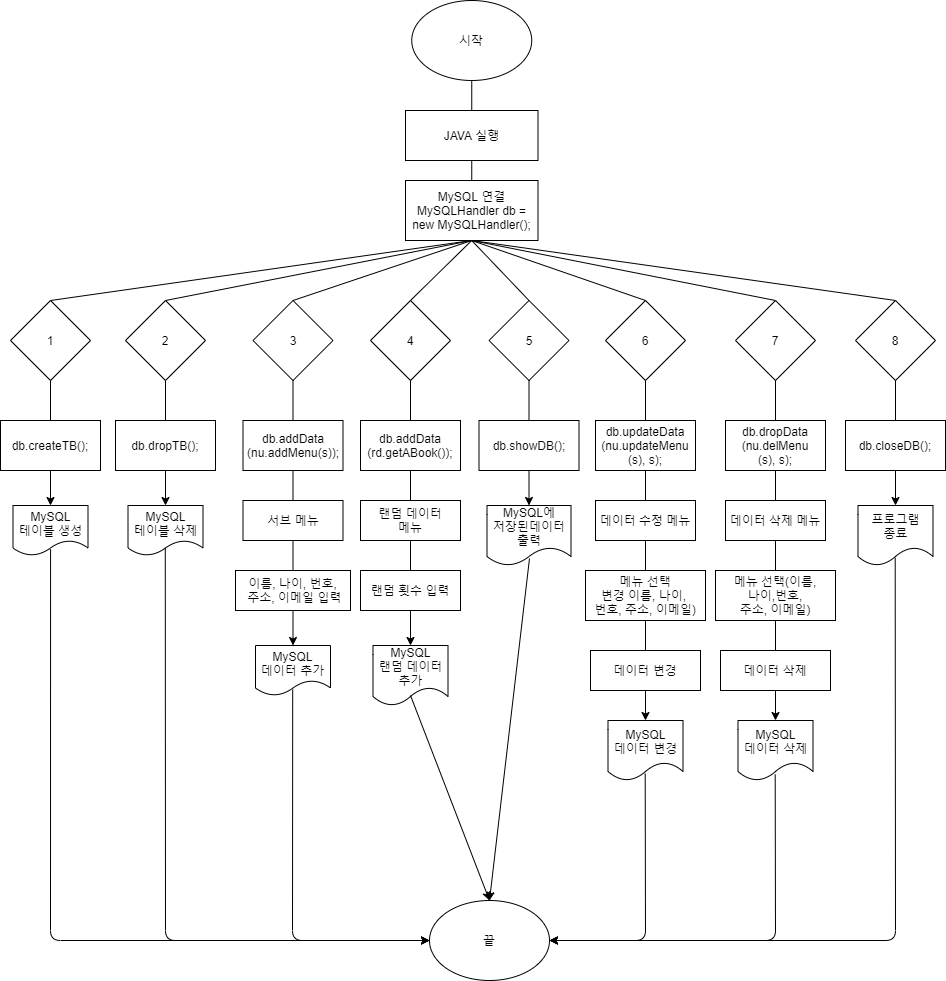
Before: 포트폴리오/Java/데이터베이스 관리 프로그램/알고리즘/Untitled Diagram_java_mysql.png, a diagram exported from draw.io (galaxy-light/201126-210604). Source tidied: cells renumbered, new cells last; positions are measured from the earlier drawing's top-left corner, leaving out a move shared by most shapes.
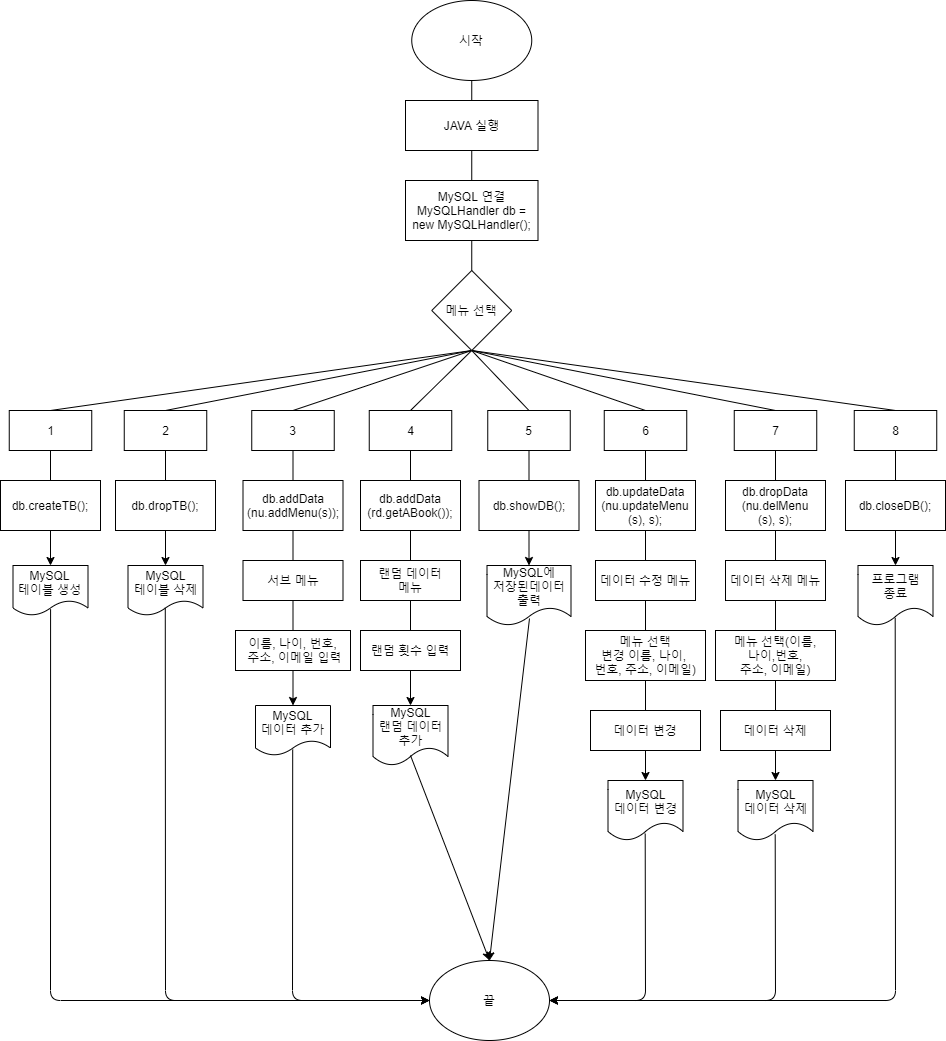
After the change.

The edit, as a diff of the source:
```diff
@@ -3,26 +3,14 @@
     <mxCell id="0" />
     <mxCell id="1" parent="0" />
     <mxCell id="2" value="시작" style="ellipse;whiteSpace=wrap;html=1;" parent="1" vertex="1">
-      <mxGeometry x="411.2" width="120" height="80" as="geometry" />
+      <mxGeometry x="411.2" y="-60" width="120" height="80" as="geometry" />
     </mxCell>
     <mxCell id="3" value="끝" style="ellipse;whiteSpace=wrap;html=1;" parent="1" vertex="1">
       <mxGeometry x="429" y="900" width="120" height="80" as="geometry" />
     </mxCell>
-    <mxCell id="4" value="1" style="rhombus;whiteSpace=wrap;html=1;" parent="1" vertex="1">
-      <mxGeometry x="10" y="300" width="80" height="80" as="geometry" />
-    </mxCell>
     <mxCell id="5" value="MySQL 연결&lt;br&gt;MySQLHandler db = new MySQLHandler();" style="rounded=0;whiteSpace=wrap;html=1;" parent="1" vertex="1">
-      <mxGeometry x="405" y="180" width="132.5" height="60" as="geometry" />
+      <mxGeometry x="405" y="120" width="132.5" height="60" as="geometry" />
     </mxCell>
-    <mxCell id="6" value="2" style="rhombus;whiteSpace=wrap;html=1;" parent="1" vertex="1">
-      <mxGeometry x="125" y="300" width="80" height="80" as="geometry" />
-    </mxCell>
-    <mxCell id="7" value="3" style="rhombus;whiteSpace=wrap;html=1;" parent="1" vertex="1">
-      <mxGeometry x="252.5" y="300" width="80" height="80" as="geometry" />
-    </mxCell>
-    <mxCell id="8" value="4" style="rhombus;whiteSpace=wrap;html=1;" parent="1" vertex="1">
-      <mxGeometry x="370" y="300" width="80" height="80" as="geometry" />
-    </mxCell>
     <mxCell id="9" value="MySQL&lt;br&gt;테이블 생성" style="shape=document;whiteSpace=wrap;html=1;boundedLbl=1;" parent="1" vertex="1">
       <mxGeometry x="12.5" y="505" width="75" height="50" as="geometry" />
     </mxCell>
@@ -32,16 +20,16 @@
     <mxCell id="11" style="endArrow=none;html=1;exitX=0.5;exitY=0;exitDx=0;exitDy=0;entryX=0.5;entryY=1;entryDx=0;entryDy=0;" parent="1" edge="1" source="5" target="24">
       <mxGeometry relative="1" as="geometry" />
     </mxCell>
-    <mxCell id="12" style="endArrow=none;html=1;exitX=0.5;exitY=1;exitDx=0;exitDy=0;entryX=0.5;entryY=0;entryDx=0;entryDy=0;" parent="1" edge="1" source="5" target="4">
+    <mxCell id="12" style="endArrow=none;html=1;entryX=0.5;entryY=0;entryDx=0;entryDy=0;exitX=0.5;exitY=1;exitDx=0;exitDy=0;" parent="1" edge="1" source="84" target="4">
       <mxGeometry relative="1" as="geometry" />
     </mxCell>
-    <mxCell id="13" style="endArrow=none;html=1;entryX=0.5;entryY=0;entryDx=0;entryDy=0;exitX=0.5;exitY=1;exitDx=0;exitDy=0;" parent="1" edge="1" source="5" target="6">
+    <mxCell id="13" style="endArrow=none;html=1;entryX=0.5;entryY=0;entryDx=0;entryDy=0;exitX=0.5;exitY=1;exitDx=0;exitDy=0;" parent="1" edge="1" source="84" target="6">
       <mxGeometry relative="1" as="geometry" />
     </mxCell>
-    <mxCell id="14" style="endArrow=none;html=1;entryX=0.5;entryY=0;entryDx=0;entryDy=0;exitX=0.5;exitY=1;exitDx=0;exitDy=0;" parent="1" edge="1" source="5" target="32">
+    <mxCell id="14" style="endArrow=none;html=1;entryX=0.5;entryY=0;entryDx=0;entryDy=0;exitX=0.5;exitY=1;exitDx=0;exitDy=0;" parent="1" edge="1" source="84" target="32">
       <mxGeometry relative="1" as="geometry" />
     </mxCell>
-    <mxCell id="15" style="endArrow=none;html=1;entryX=0.5;entryY=0;entryDx=0;entryDy=0;exitX=0.5;exitY=1;exitDx=0;exitDy=0;" parent="1" edge="1" source="5" target="33">
+    <mxCell id="15" style="endArrow=none;html=1;entryX=0.5;entryY=0;entryDx=0;entryDy=0;exitX=0.5;exitY=1;exitDx=0;exitDy=0;" parent="1" edge="1" source="84" target="33">
       <mxGeometry relative="1" as="geometry" />
     </mxCell>
     <mxCell id="16" style="endArrow=classic;html=1;entryX=0.5;entryY=0;entryDx=0;entryDy=0;exitX=0.5;exitY=1;exitDx=0;exitDy=0;" parent="1" edge="1" source="23" target="9">
@@ -77,7 +65,7 @@
       <mxGeometry y="420" width="100" height="50" as="geometry" />
     </mxCell>
     <mxCell id="24" value="JAVA 실행&lt;span style=&quot;color: rgba(0 , 0 , 0 , 0) ; font-family: monospace ; font-size: 0px&quot;&gt;%3CmxGraphModel%3E%3Croot%3E%3CmxCell%20id%3D%220%22%2F%3E%3CmxCell%20id%3D%221%22%20parent%3D%220%22%2F%3E%3CmxCell%20id%3D%222%22%20value%3D%22JAVA%20%EC%BD%94%EB%93%9C%20%EA%B5%AC%ED%98%84%22%20style%3D%22rounded%3D0%3BwhiteSpace%3Dwrap%3Bhtml%3D1%3B%22%20vertex%3D%221%22%20parent%3D%221%22%3E%3CmxGeometry%20x%3D%2267.5%22%20y%3D%22420%22%20width%3D%22175%22%20height%3D%2250%22%20as%3D%22geometry%22%2F%3E%3C%2FmxCell%3E%3C%2Froot%3E%3C%2FmxGraphModel%3E&amp;nbsp;&lt;/span&gt;" style="rounded=0;whiteSpace=wrap;html=1;" parent="1" vertex="1">
-      <mxGeometry x="405" y="110" width="132.5" height="50" as="geometry" />
+      <mxGeometry x="405" y="40" width="132.5" height="50" as="geometry" />
     </mxCell>
     <mxCell id="25" style="endArrow=none;html=1;exitX=0.5;exitY=0;exitDx=0;exitDy=0;entryX=0.5;entryY=1;entryDx=0;entryDy=0;" parent="1" edge="1" source="24" target="2">
       <mxGeometry relative="1" as="geometry" />
@@ -94,18 +82,6 @@
     <mxCell id="29" style="endArrow=none;html=1;entryX=0.5;entryY=1;entryDx=0;entryDy=0;" parent="1" edge="1" source="20" target="8">
       <mxGeometry relative="1" as="geometry" />
     </mxCell>
-    <mxCell id="30" value="5" style="rhombus;whiteSpace=wrap;html=1;" parent="1" vertex="1">
-      <mxGeometry x="488.5" y="300" width="80" height="80" as="geometry" />
-    </mxCell>
-    <mxCell id="31" value="6" style="rhombus;whiteSpace=wrap;html=1;" parent="1" vertex="1">
-      <mxGeometry x="605" y="300" width="80" height="80" as="geometry" />
-    </mxCell>
-    <mxCell id="32" value="7" style="rhombus;whiteSpace=wrap;html=1;" parent="1" vertex="1">
-      <mxGeometry x="735" y="300" width="80" height="80" as="geometry" />
-    </mxCell>
-    <mxCell id="33" value="8" style="rhombus;whiteSpace=wrap;html=1;" parent="1" vertex="1">
-      <mxGeometry x="855" y="300" width="80" height="80" as="geometry" />
-    </mxCell>
     <mxCell id="34" value="db.showDB();" style="rounded=0;whiteSpace=wrap;html=1;" parent="1" vertex="1">
       <mxGeometry x="478.5" y="420" width="100" height="50" as="geometry" />
     </mxCell>
@@ -166,19 +142,19 @@
     <mxCell id="53" value="프로그램&lt;br&gt;종료" style="shape=document;whiteSpace=wrap;html=1;boundedLbl=1;" parent="1" vertex="1">
       <mxGeometry x="857.5" y="505" width="75" height="60" as="geometry" />
     </mxCell>
-    <mxCell id="54" style="endArrow=none;html=1;entryX=0.5;entryY=0;entryDx=0;entryDy=0;exitX=0.5;exitY=1;exitDx=0;exitDy=0;" parent="1" edge="1" source="5" target="7">
+    <mxCell id="54" style="endArrow=none;html=1;entryX=0.5;entryY=0;entryDx=0;entryDy=0;exitX=0.5;exitY=1;exitDx=0;exitDy=0;" parent="1" edge="1" source="84" target="7">
       <mxGeometry relative="1" as="geometry" />
     </mxCell>
-    <mxCell id="55" style="endArrow=none;html=1;entryX=0.5;entryY=0;entryDx=0;entryDy=0;exitX=0.5;exitY=1;exitDx=0;exitDy=0;" parent="1" edge="1" source="5" target="8">
+    <mxCell id="55" style="endArrow=none;html=1;entryX=0.5;entryY=0;entryDx=0;entryDy=0;exitX=0.5;exitY=1;exitDx=0;exitDy=0;" parent="1" edge="1" source="84" target="8">
       <mxGeometry relative="1" as="geometry" />
     </mxCell>
-    <mxCell id="56" style="endArrow=none;html=1;entryX=0.5;entryY=0;entryDx=0;entryDy=0;exitX=0.5;exitY=1;exitDx=0;exitDy=0;" parent="1" edge="1" source="5" target="30">
+    <mxCell id="56" style="endArrow=none;html=1;entryX=0.5;entryY=0;entryDx=0;entryDy=0;exitX=0.5;exitY=1;exitDx=0;exitDy=0;" parent="1" edge="1" source="84" target="30">
       <mxGeometry relative="1" as="geometry" />
     </mxCell>
-    <mxCell id="57" style="endArrow=none;html=1;entryX=0.5;entryY=0;entryDx=0;entryDy=0;exitX=0.5;exitY=1;exitDx=0;exitDy=0;" parent="1" edge="1" source="5" target="31">
+    <mxCell id="57" style="endArrow=none;html=1;entryX=0.5;entryY=0;entryDx=0;entryDy=0;exitX=0.5;exitY=1;exitDx=0;exitDy=0;" parent="1" edge="1" source="84" target="31">
       <mxGeometry relative="1" as="geometry" />
     </mxCell>
-    <mxCell id="58" style="endArrow=none;html=1;entryX=0.5;entryY=1;entryDx=0;entryDy=0;exitX=0.5;exitY=0;exitDx=0;exitDy=0;" parent="1" edge="1" source="34" target="30">
+    <mxCell id="58" style="endArrow=none;html=1;exitX=0.5;exitY=0;exitDx=0;exitDy=0;entryX=0.5;entryY=1;entryDx=0;entryDy=0;" parent="1" edge="1" source="34" target="30">
       <mxGeometry relative="1" as="geometry" />
     </mxCell>
     <mxCell id="59" style="endArrow=none;html=1;entryX=0.5;entryY=1;entryDx=0;entryDy=0;exitX=0.5;exitY=0;exitDx=0;exitDy=0;" parent="1" edge="1" source="35" target="31">
@@ -272,5 +248,35 @@
     <mxCell id="83" style="endArrow=classic;html=1;exitX=0.5;exitY=1;exitDx=0;exitDy=0;entryX=0.5;entryY=0;entryDx=0;entryDy=0;" parent="1" edge="1" source="34" target="44">
       <mxGeometry relative="1" as="geometry" />
     </mxCell>
+    <mxCell id="84" value="메뉴 선택" style="rhombus;whiteSpace=wrap;html=1;" parent="1" vertex="1">
+      <mxGeometry x="431.2" y="210" width="80" height="80" as="geometry" />
+    </mxCell>
+    <mxCell id="4" value="1" style="rounded=0;whiteSpace=wrap;html=1;" parent="1" vertex="1">
+      <mxGeometry x="8.8" y="350" width="82.5" height="40" as="geometry" />
+    </mxCell>
+    <mxCell id="6" value="2" style="rounded=0;whiteSpace=wrap;html=1;" parent="1" vertex="1">
+      <mxGeometry x="123.8" y="350" width="82.5" height="40" as="geometry" />
+    </mxCell>
+    <mxCell id="7" value="3" style="rounded=0;whiteSpace=wrap;html=1;" parent="1" vertex="1">
+      <mxGeometry x="251.2" y="350" width="82.5" height="40" as="geometry" />
+    </mxCell>
+    <mxCell id="8" value="4" style="rounded=0;whiteSpace=wrap;html=1;" parent="1" vertex="1">
+      <mxGeometry x="368.8" y="350" width="82.5" height="40" as="geometry" />
+    </mxCell>
+    <mxCell id="30" value="5" style="rounded=0;whiteSpace=wrap;html=1;" parent="1" vertex="1">
+      <mxGeometry x="487.2" y="350" width="82.5" height="40" as="geometry" />
+    </mxCell>
+    <mxCell id="31" value="6" style="rounded=0;whiteSpace=wrap;html=1;" parent="1" vertex="1">
+      <mxGeometry x="603.8" y="350" width="82.5" height="40" as="geometry" />
+    </mxCell>
+    <mxCell id="32" value="7" style="rounded=0;whiteSpace=wrap;html=1;" parent="1" vertex="1">
+      <mxGeometry x="733.8" y="350" width="82.5" height="40" as="geometry" />
+    </mxCell>
+    <mxCell id="33" value="8" style="rounded=0;whiteSpace=wrap;html=1;" parent="1" vertex="1">
+      <mxGeometry x="853.8" y="350" width="82.5" height="40" as="geometry" />
+    </mxCell>
+    <mxCell id="85" style="endArrow=none;html=1;exitX=0.5;exitY=1;exitDx=0;exitDy=0;" parent="1" edge="1" source="5" target="84">
+      <mxGeometry relative="1" as="geometry" />
+    </mxCell>
   </root>
 </mxGraphModel>
```
